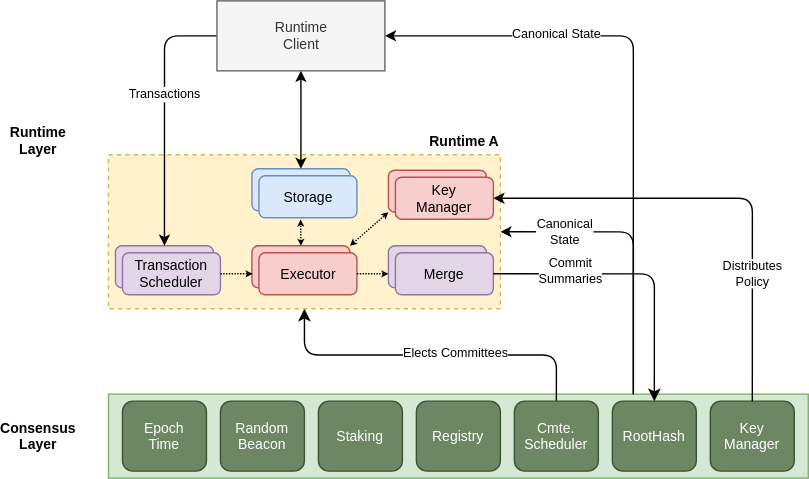
The draw.io diagram docs/images/oasis-core-runtime-details.svg in oasisprotocol/oasis-core, before a commit. Source tidied: cells renumbered, new cells last; positions are measured from the earlier drawing's top-left corner, leaving out a move shared by most shapes.
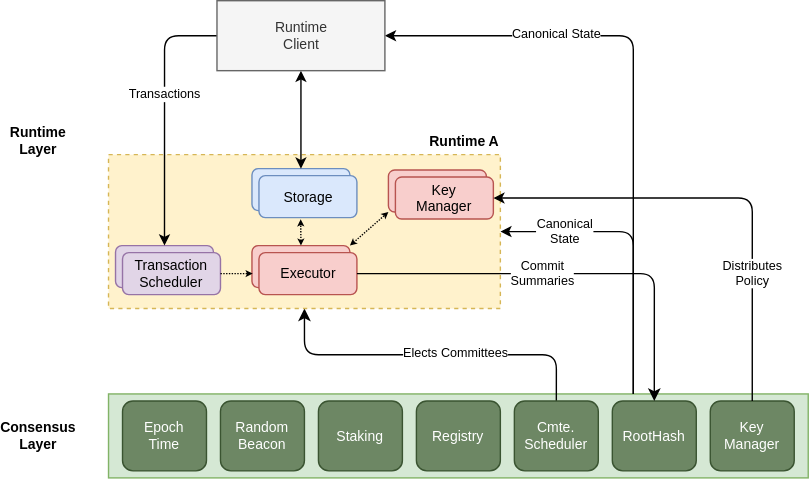
After the change.

The edit, as a diff of the source:
```diff
@@ -81,15 +81,6 @@
     <mxCell id="24" value="Executor" style="rounded=1;whiteSpace=wrap;html=1;fontSize=10;fillColor=#f8cecc;strokeColor=#b85450;" parent="22" vertex="1">
       <mxGeometry x="5" y="5" width="70" height="30" as="geometry" />
     </mxCell>
-    <mxCell id="25" style="group;" parent="1" vertex="1">
-      <mxGeometry x="270" y="175" width="75" height="35" as="geometry" />
-    </mxCell>
-    <mxCell id="26" value="Merge" style="rounded=1;whiteSpace=wrap;html=1;fontSize=10;fillColor=#e1d5e7;strokeColor=#9673a6;" parent="25" vertex="1">
-      <mxGeometry width="70" height="30" as="geometry" />
-    </mxCell>
-    <mxCell id="27" value="Merge" style="rounded=1;whiteSpace=wrap;html=1;fontSize=10;fillColor=#e1d5e7;strokeColor=#9673a6;" parent="25" vertex="1">
-      <mxGeometry x="5" y="5" width="70" height="30" as="geometry" />
-    </mxCell>
     <mxCell id="28" style="group;" parent="1" vertex="1">
       <mxGeometry x="172.5" y="120" width="75" height="35" as="geometry" />
     </mxCell>
@@ -99,12 +90,12 @@
     <mxCell id="30" value="Storage" style="rounded=1;whiteSpace=wrap;html=1;fontSize=10;fillColor=#dae8fc;strokeColor=#6c8ebf;" parent="28" vertex="1">
       <mxGeometry x="5" y="5" width="70" height="30" as="geometry" />
     </mxCell>
-    <mxCell id="31" style="edgeStyle=orthogonalEdgeStyle;rounded=1;jettySize=auto;html=1;exitX=1;exitY=0.5;exitDx=0;exitDy=0;entryX=0.5;entryY=0;entryDx=0;entryDy=0;" parent="1" edge="1" source="27" target="14">
+    <mxCell id="31" style="edgeStyle=orthogonalEdgeStyle;rounded=1;jettySize=auto;html=1;exitX=1;exitY=0.5;exitDx=0;exitDy=0;entryX=0.5;entryY=0;entryDx=0;entryDy=0;" parent="1" edge="1" source="24" target="14">
       <mxGeometry relative="1" as="geometry" />
     </mxCell>
     <mxCell id="32" value="Commit&lt;br style=&quot;font-size: 9px;&quot;&gt;Summaries" style="edgeLabel;html=1;align=center;verticalAlign=middle;fontSize=9;" parent="31" vertex="1">
       <mxGeometry x="-0.19" y="-44" relative="1" as="geometry">
-        <mxPoint x="-27.9" y="-46.5" as="offset" />
+        <mxPoint x="10.4" y="-44" as="offset" />
       </mxGeometry>
     </mxCell>
     <mxCell id="33" style="edgeStyle=orthogonalEdgeStyle;rounded=1;jettySize=auto;html=1;exitX=0.5;exitY=0;exitDx=0;exitDy=0;entryX=0.426;entryY=1.041;entryDx=0;entryDy=0;entryPerimeter=0;dashed=1;dashPattern=1 1;endSize=2;startSize=2;startArrow=classic;startFill=1;" parent="1" edge="1" source="23" target="30">
@@ -125,11 +116,6 @@
     <mxCell id="38" value="Runtime A" style="text;html=1;strokeColor=none;fillColor=none;align=center;verticalAlign=middle;whiteSpace=wrap;rounded=0;fontSize=10;fontStyle=1;" parent="1" vertex="1">
       <mxGeometry x="297.5" y="90" width="52.5" height="20" as="geometry" />
     </mxCell>
-    <mxCell id="39" style="edgeStyle=orthogonalEdgeStyle;rounded=1;jettySize=auto;html=1;exitX=1;exitY=0.5;exitDx=0;exitDy=0;dashed=1;dashPattern=1 1;startArrow=none;startFill=0;startSize=2;endSize=2;fontSize=10;" parent="1" edge="1" source="24">
-      <mxGeometry relative="1" as="geometry">
-        <mxPoint x="270" y="195" as="targetPoint" />
-      </mxGeometry>
-    </mxCell>
     <mxCell id="40" style="edgeStyle=orthogonalEdgeStyle;rounded=1;jettySize=auto;html=1;exitX=1;exitY=0.5;exitDx=0;exitDy=0;startArrow=none;startFill=0;startSize=2;endSize=2;fontSize=10;dashed=1;dashPattern=1 1;targetPerimeterSpacing=0;" parent="1" edge="1" source="21">
       <mxGeometry relative="1" as="geometry">
         <mxPoint x="173" y="195" as="targetPoint" />
```
